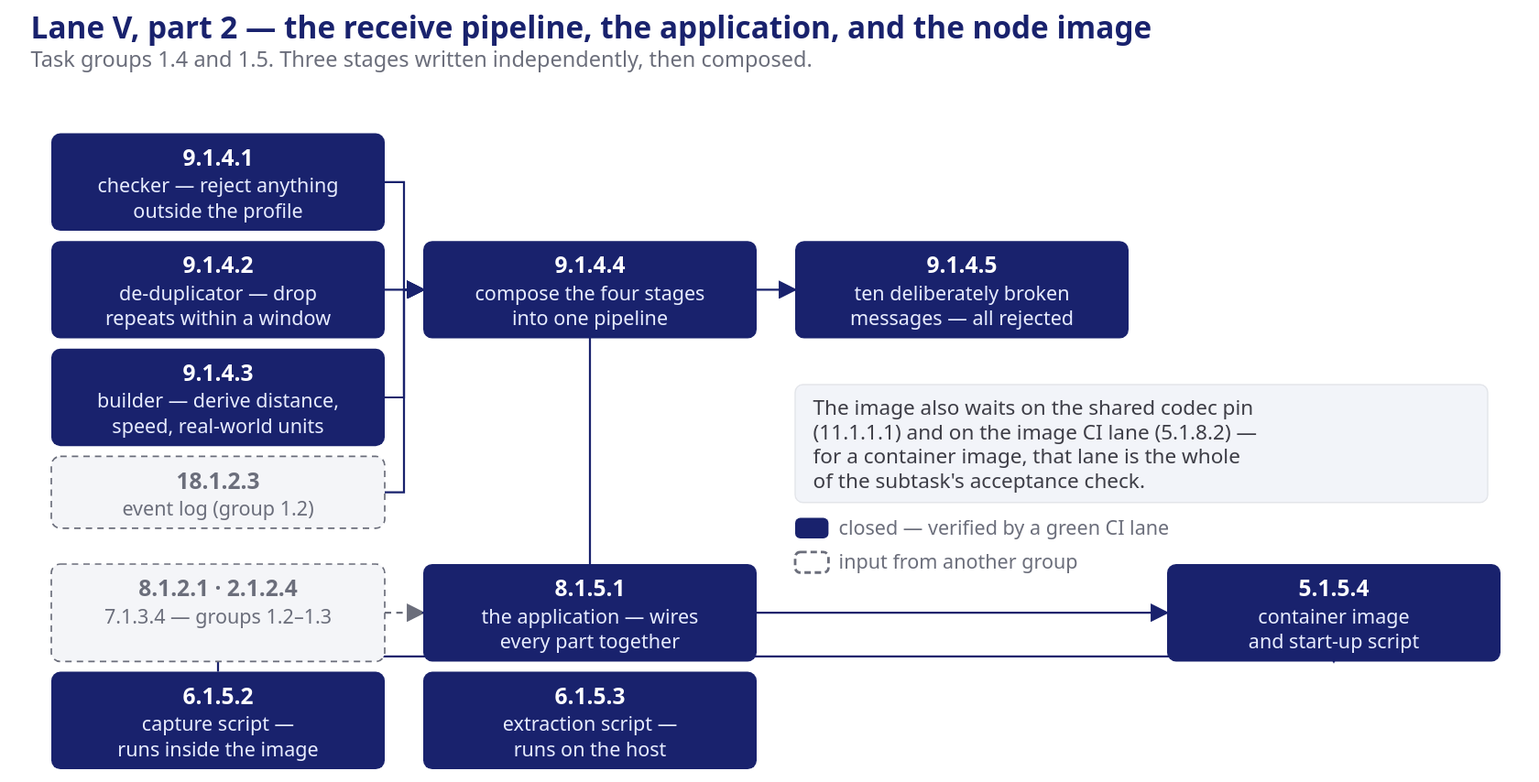
Above: presentation/assets/phase1-exec-lane-v-pipeline.svg in mnpham2101/FPT-Hackathon2026 (draw.io), before the change. Source tidied: cells renumbered, new cells last; positions are measured from the earlier drawing's top-left corner, leaving out a move shared by most shapes. The source it was exported from:
```xml
<mxGraphModel>
  <root>
    <mxCell id="0" />
    <mxCell id="1" parent="0" />
    <mxCell id="2" value="Lane V, part 2 — the receive pipeline, the application, and the node image" style="text;html=1;align=left;verticalAlign=middle;fontSize=23.8;fontColor=#19226D;fontStyle=1;" parent="1" vertex="1">
      <mxGeometry width="1152" height="20" as="geometry" />
    </mxCell>
    <mxCell id="3" value="Task groups 1.4 and 1.5. Three stages written independently, then composed." style="text;html=1;align=left;verticalAlign=middle;fontSize=16.8;fontColor=#6b6e7b;fontStyle=0;" parent="1" vertex="1">
      <mxGeometry y="22" width="1152" height="20" as="geometry" />
    </mxCell>
    <mxCell id="4" value="9.1.4.1 checker — reject anything outside the profile" style="rounded=1;arcSize=10;html=1;fillColor=#19226D;strokeColor=none;fontColor=#ffffff;fontSize=16.8;fontStyle=1;whiteSpace=wrap;verticalAlign=middle;" parent="1" vertex="1">
      <mxGeometry x="16" y="84" width="260" height="76" as="geometry" />
    </mxCell>
    <mxCell id="5" value="9.1.4.2 de-duplicator — drop repeats within a window" style="rounded=1;arcSize=10;html=1;fillColor=#19226D;strokeColor=none;fontColor=#ffffff;fontSize=16.8;fontStyle=1;whiteSpace=wrap;verticalAlign=middle;" parent="1" vertex="1">
      <mxGeometry x="16" y="168" width="260" height="76" as="geometry" />
    </mxCell>
    <mxCell id="6" value="9.1.4.3 builder — derive distance, speed, real-world units" style="rounded=1;arcSize=10;html=1;fillColor=#19226D;strokeColor=none;fontColor=#ffffff;fontSize=16.8;fontStyle=1;whiteSpace=wrap;verticalAlign=middle;" parent="1" vertex="1">
      <mxGeometry x="16" y="252" width="260" height="76" as="geometry" />
    </mxCell>
    <mxCell id="7" value="18.1.2.3 event log (group 1.2)" style="rounded=1;arcSize=10;html=1;fillColor=#f4f5f8;strokeColor=#6b6e7b;dashed=1;fontColor=#6b6e7b;fontSize=15.4;fontStyle=0;whiteSpace=wrap;verticalAlign=middle;" parent="1" vertex="1">
      <mxGeometry x="16" y="336" width="260" height="56" as="geometry" />
    </mxCell>
    <mxCell id="8" value="9.1.4.4 compose the four stages into one pipeline" style="rounded=1;arcSize=10;html=1;fillColor=#19226D;strokeColor=none;fontColor=#ffffff;fontSize=16.8;fontStyle=1;whiteSpace=wrap;verticalAlign=middle;" parent="1" vertex="1">
      <mxGeometry x="306" y="168" width="260" height="76" as="geometry" />
    </mxCell>
    <mxCell id="9" value="9.1.4.5 ten deliberately broken messages — all rejected" style="rounded=1;arcSize=10;html=1;fillColor=#19226D;strokeColor=none;fontColor=#ffffff;fontSize=16.8;fontStyle=1;whiteSpace=wrap;verticalAlign=middle;" parent="1" vertex="1">
      <mxGeometry x="596" y="168" width="260" height="76" as="geometry" />
    </mxCell>
    <mxCell id="10" value="8.1.2.1 · 2.1.2.4 7.1.3.4 — groups 1.2–1.3" style="rounded=1;arcSize=10;html=1;fillColor=#f4f5f8;strokeColor=#6b6e7b;dashed=1;fontColor=#6b6e7b;fontSize=15.4;fontStyle=0;whiteSpace=wrap;verticalAlign=middle;" parent="1" vertex="1">
      <mxGeometry x="16" y="420" width="260" height="76" as="geometry" />
    </mxCell>
    <mxCell id="11" value="8.1.5.1 the application — wires every part together" style="rounded=1;arcSize=10;html=1;fillColor=#19226D;strokeColor=none;fontColor=#ffffff;fontSize=16.8;fontStyle=1;whiteSpace=wrap;verticalAlign=middle;" parent="1" vertex="1">
      <mxGeometry x="306" y="420" width="260" height="76" as="geometry" />
    </mxCell>
    <mxCell id="12" value="5.1.5.4 container image and start-up script" style="rounded=1;arcSize=10;html=1;fillColor=#19226D;strokeColor=none;fontColor=#ffffff;fontSize=16.8;fontStyle=1;whiteSpace=wrap;verticalAlign=middle;" parent="1" vertex="1">
      <mxGeometry x="886" y="420" width="260" height="76" as="geometry" />
    </mxCell>
    <mxCell id="13" value="6.1.5.2 capture script — runs inside the image" style="rounded=1;arcSize=10;html=1;fillColor=#19226D;strokeColor=none;fontColor=#ffffff;fontSize=16.8;fontStyle=1;whiteSpace=wrap;verticalAlign=middle;" parent="1" vertex="1">
      <mxGeometry x="16" y="504" width="260" height="76" as="geometry" />
    </mxCell>
    <mxCell id="14" value="6.1.5.3 extraction script — runs on the host" style="rounded=1;arcSize=10;html=1;fillColor=#19226D;strokeColor=none;fontColor=#ffffff;fontSize=16.8;fontStyle=1;whiteSpace=wrap;verticalAlign=middle;" parent="1" vertex="1">
      <mxGeometry x="306" y="504" width="260" height="76" as="geometry" />
    </mxCell>
    <mxCell id="15" style="edgeStyle=orthogonalEdgeStyle;rounded=0;html=1;exitX=1;exitY=0.5;entryX=0;entryY=0.5;strokeColor=#19226D;" parent="1" edge="1" source="4" target="8">
      <mxGeometry relative="1" as="geometry" />
    </mxCell>
    <mxCell id="16" style="edgeStyle=orthogonalEdgeStyle;rounded=0;html=1;exitX=1;exitY=0.5;entryX=0;entryY=0.5;strokeColor=#19226D;" parent="1" edge="1" source="5" target="8">
      <mxGeometry relative="1" as="geometry" />
    </mxCell>
    <mxCell id="17" style="edgeStyle=orthogonalEdgeStyle;rounded=0;html=1;exitX=1;exitY=0.5;entryX=0;entryY=0.5;strokeColor=#19226D;" parent="1" edge="1" source="6" target="8">
      <mxGeometry relative="1" as="geometry" />
    </mxCell>
    <mxCell id="18" style="edgeStyle=orthogonalEdgeStyle;rounded=0;html=1;exitX=1;exitY=0.5;entryX=0;entryY=0.5;strokeColor=#19226D;" parent="1" edge="1" source="7" target="8">
      <mxGeometry relative="1" as="geometry" />
    </mxCell>
    <mxCell id="19" style="edgeStyle=orthogonalEdgeStyle;rounded=0;html=1;exitX=1;exitY=0.5;entryX=0;entryY=0.5;strokeColor=#19226D;" parent="1" edge="1" source="8" target="9">
      <mxGeometry relative="1" as="geometry" />
    </mxCell>
    <mxCell id="20" style="edgeStyle=orthogonalEdgeStyle;rounded=0;html=1;exitX=1;exitY=0.5;entryX=0;entryY=0.5;strokeColor=#6b6e7b;dashed=1;" parent="1" edge="1" source="10" target="11">
      <mxGeometry relative="1" as="geometry" />
    </mxCell>
    <mxCell id="21" style="edgeStyle=orthogonalEdgeStyle;rounded=0;html=1;exitX=1;exitY=0.5;entryX=0;entryY=0.5;strokeColor=#19226D;" parent="1" edge="1" source="8" target="11">
      <mxGeometry relative="1" as="geometry" />
    </mxCell>
    <mxCell id="22" style="edgeStyle=orthogonalEdgeStyle;rounded=0;html=1;exitX=1;exitY=0.5;entryX=0;entryY=0.5;strokeColor=#19226D;" parent="1" edge="1" source="11" target="12">
      <mxGeometry relative="1" as="geometry" />
    </mxCell>
    <mxCell id="23" style="edgeStyle=orthogonalEdgeStyle;rounded=0;html=1;strokeColor=#19226D;" parent="1" edge="1" source="13" target="12">
      <mxGeometry relative="1" as="geometry">
        <Array as="points">
          <mxPoint x="146" y="492" />
          <mxPoint x="1016" y="492" />
        </Array>
      </mxGeometry>
    </mxCell>
    <mxCell id="24" value="The image also waits on the shared codec pin (11.1.1.1) and on the image CI lane (5.1.8.2) — for a container image, that lane is the whole of the subtask's acceptance check." style="rounded=1;arcSize=8;html=1;fillColor=#f2f4f9;strokeColor=#e3e5ea;fontColor=#3d3d46;fontSize=15.4;align=left;whiteSpace=wrap;verticalAlign=top;spacing=8;" parent="1" vertex="1">
      <mxGeometry x="596" y="280" width="540" height="92" as="geometry" />
    </mxCell>
    <mxCell id="25" style="rounded=1;arcSize=20;html=1;fillColor=#19226D;strokeColor=none;" parent="1" vertex="1">
      <mxGeometry x="596" y="385" width="22" height="14" as="geometry" />
    </mxCell>
    <mxCell id="26" value="closed — verified by a green CI lane" style="text;html=1;align=left;verticalAlign=middle;fontSize=11;fontColor=#6b6e7b;" parent="1" vertex="1">
      <mxGeometry x="624" y="382" width="300" height="20" as="geometry" />
    </mxCell>
    <mxCell id="27" style="rounded=1;arcSize=20;html=1;fillColor=#6b6e7b;strokeColor=none;dashed=1;" parent="1" vertex="1">
      <mxGeometry x="596" y="411" width="22" height="14" as="geometry" />
    </mxCell>
    <mxCell id="28" value="input from another group" style="text;html=1;align=left;verticalAlign=middle;fontSize=11;fontColor=#6b6e7b;" parent="1" vertex="1">
      <mxGeometry x="624" y="408" width="300" height="20" as="geometry" />
    </mxCell>
  </root>
</mxGraphModel>
```
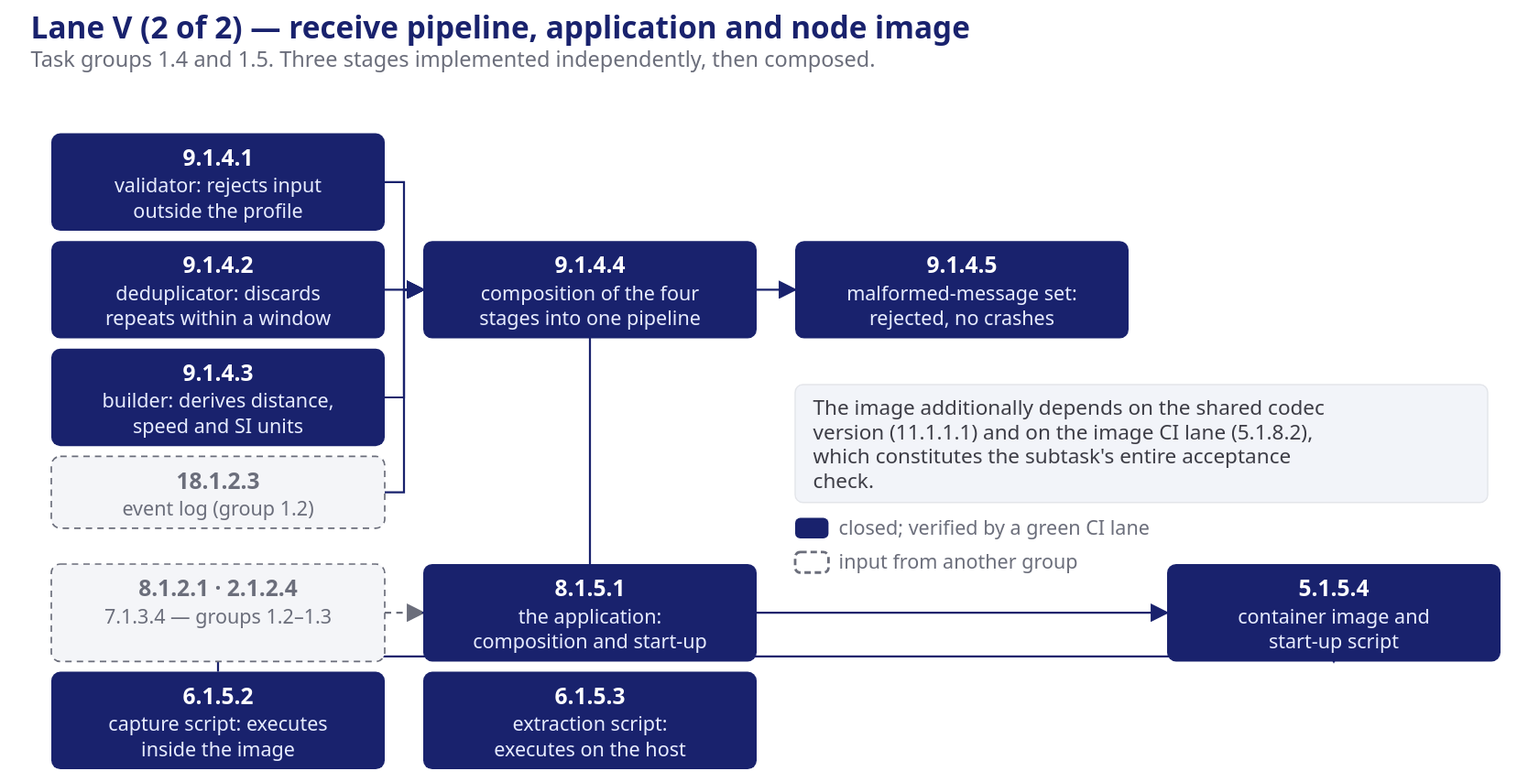
After the commit.

Diff of the diagram source:
```diff
@@ -2,43 +2,43 @@
   <root>
     <mxCell id="0" />
     <mxCell id="1" parent="0" />
-    <mxCell id="2" value="Lane V, part 2 — the receive pipeline, the application, and the node image" style="text;html=1;align=left;verticalAlign=middle;fontSize=23.8;fontColor=#19226D;fontStyle=1;" parent="1" vertex="1">
+    <mxCell id="2" value="Lane V (2 of 2) — receive pipeline, application and node image" style="text;html=1;align=left;verticalAlign=middle;fontSize=23.8;fontColor=#19226D;fontStyle=1;" parent="1" vertex="1">
       <mxGeometry width="1152" height="20" as="geometry" />
     </mxCell>
-    <mxCell id="3" value="Task groups 1.4 and 1.5. Three stages written independently, then composed." style="text;html=1;align=left;verticalAlign=middle;fontSize=16.8;fontColor=#6b6e7b;fontStyle=0;" parent="1" vertex="1">
+    <mxCell id="3" value="Task groups 1.4 and 1.5. Three stages implemented independently, then composed." style="text;html=1;align=left;verticalAlign=middle;fontSize=16.8;fontColor=#6b6e7b;fontStyle=0;" parent="1" vertex="1">
       <mxGeometry y="22" width="1152" height="20" as="geometry" />
     </mxCell>
-    <mxCell id="4" value="9.1.4.1 checker — reject anything outside the profile" style="rounded=1;arcSize=10;html=1;fillColor=#19226D;strokeColor=none;fontColor=#ffffff;fontSize=16.8;fontStyle=1;whiteSpace=wrap;verticalAlign=middle;" parent="1" vertex="1">
+    <mxCell id="4" value="9.1.4.1 validator: rejects input outside the profile" style="rounded=1;arcSize=10;html=1;fillColor=#19226D;strokeColor=none;fontColor=#ffffff;fontSize=16.8;fontStyle=1;whiteSpace=wrap;verticalAlign=middle;" parent="1" vertex="1">
       <mxGeometry x="16" y="84" width="260" height="76" as="geometry" />
     </mxCell>
-    <mxCell id="5" value="9.1.4.2 de-duplicator — drop repeats within a window" style="rounded=1;arcSize=10;html=1;fillColor=#19226D;strokeColor=none;fontColor=#ffffff;fontSize=16.8;fontStyle=1;whiteSpace=wrap;verticalAlign=middle;" parent="1" vertex="1">
+    <mxCell id="5" value="9.1.4.2 deduplicator: discards repeats within a window" style="rounded=1;arcSize=10;html=1;fillColor=#19226D;strokeColor=none;fontColor=#ffffff;fontSize=16.8;fontStyle=1;whiteSpace=wrap;verticalAlign=middle;" parent="1" vertex="1">
       <mxGeometry x="16" y="168" width="260" height="76" as="geometry" />
     </mxCell>
-    <mxCell id="6" value="9.1.4.3 builder — derive distance, speed, real-world units" style="rounded=1;arcSize=10;html=1;fillColor=#19226D;strokeColor=none;fontColor=#ffffff;fontSize=16.8;fontStyle=1;whiteSpace=wrap;verticalAlign=middle;" parent="1" vertex="1">
+    <mxCell id="6" value="9.1.4.3 builder: derives distance, speed and SI units" style="rounded=1;arcSize=10;html=1;fillColor=#19226D;strokeColor=none;fontColor=#ffffff;fontSize=16.8;fontStyle=1;whiteSpace=wrap;verticalAlign=middle;" parent="1" vertex="1">
       <mxGeometry x="16" y="252" width="260" height="76" as="geometry" />
     </mxCell>
     <mxCell id="7" value="18.1.2.3 event log (group 1.2)" style="rounded=1;arcSize=10;html=1;fillColor=#f4f5f8;strokeColor=#6b6e7b;dashed=1;fontColor=#6b6e7b;fontSize=15.4;fontStyle=0;whiteSpace=wrap;verticalAlign=middle;" parent="1" vertex="1">
       <mxGeometry x="16" y="336" width="260" height="56" as="geometry" />
     </mxCell>
-    <mxCell id="8" value="9.1.4.4 compose the four stages into one pipeline" style="rounded=1;arcSize=10;html=1;fillColor=#19226D;strokeColor=none;fontColor=#ffffff;fontSize=16.8;fontStyle=1;whiteSpace=wrap;verticalAlign=middle;" parent="1" vertex="1">
+    <mxCell id="8" value="9.1.4.4 composition of the four stages into one pipeline" style="rounded=1;arcSize=10;html=1;fillColor=#19226D;strokeColor=none;fontColor=#ffffff;fontSize=16.8;fontStyle=1;whiteSpace=wrap;verticalAlign=middle;" parent="1" vertex="1">
       <mxGeometry x="306" y="168" width="260" height="76" as="geometry" />
     </mxCell>
-    <mxCell id="9" value="9.1.4.5 ten deliberately broken messages — all rejected" style="rounded=1;arcSize=10;html=1;fillColor=#19226D;strokeColor=none;fontColor=#ffffff;fontSize=16.8;fontStyle=1;whiteSpace=wrap;verticalAlign=middle;" parent="1" vertex="1">
+    <mxCell id="9" value="9.1.4.5 malformed-message set: rejected, no crashes" style="rounded=1;arcSize=10;html=1;fillColor=#19226D;strokeColor=none;fontColor=#ffffff;fontSize=16.8;fontStyle=1;whiteSpace=wrap;verticalAlign=middle;" parent="1" vertex="1">
       <mxGeometry x="596" y="168" width="260" height="76" as="geometry" />
     </mxCell>
     <mxCell id="10" value="8.1.2.1 · 2.1.2.4 7.1.3.4 — groups 1.2–1.3" style="rounded=1;arcSize=10;html=1;fillColor=#f4f5f8;strokeColor=#6b6e7b;dashed=1;fontColor=#6b6e7b;fontSize=15.4;fontStyle=0;whiteSpace=wrap;verticalAlign=middle;" parent="1" vertex="1">
       <mxGeometry x="16" y="420" width="260" height="76" as="geometry" />
     </mxCell>
-    <mxCell id="11" value="8.1.5.1 the application — wires every part together" style="rounded=1;arcSize=10;html=1;fillColor=#19226D;strokeColor=none;fontColor=#ffffff;fontSize=16.8;fontStyle=1;whiteSpace=wrap;verticalAlign=middle;" parent="1" vertex="1">
+    <mxCell id="11" value="8.1.5.1 the application: composition and start-up" style="rounded=1;arcSize=10;html=1;fillColor=#19226D;strokeColor=none;fontColor=#ffffff;fontSize=16.8;fontStyle=1;whiteSpace=wrap;verticalAlign=middle;" parent="1" vertex="1">
       <mxGeometry x="306" y="420" width="260" height="76" as="geometry" />
     </mxCell>
     <mxCell id="12" value="5.1.5.4 container image and start-up script" style="rounded=1;arcSize=10;html=1;fillColor=#19226D;strokeColor=none;fontColor=#ffffff;fontSize=16.8;fontStyle=1;whiteSpace=wrap;verticalAlign=middle;" parent="1" vertex="1">
       <mxGeometry x="886" y="420" width="260" height="76" as="geometry" />
     </mxCell>
-    <mxCell id="13" value="6.1.5.2 capture script — runs inside the image" style="rounded=1;arcSize=10;html=1;fillColor=#19226D;strokeColor=none;fontColor=#ffffff;fontSize=16.8;fontStyle=1;whiteSpace=wrap;verticalAlign=middle;" parent="1" vertex="1">
+    <mxCell id="13" value="6.1.5.2 capture script: executes inside the image" style="rounded=1;arcSize=10;html=1;fillColor=#19226D;strokeColor=none;fontColor=#ffffff;fontSize=16.8;fontStyle=1;whiteSpace=wrap;verticalAlign=middle;" parent="1" vertex="1">
       <mxGeometry x="16" y="504" width="260" height="76" as="geometry" />
     </mxCell>
-    <mxCell id="14" value="6.1.5.3 extraction script — runs on the host" style="rounded=1;arcSize=10;html=1;fillColor=#19226D;strokeColor=none;fontColor=#ffffff;fontSize=16.8;fontStyle=1;whiteSpace=wrap;verticalAlign=middle;" parent="1" vertex="1">
+    <mxCell id="14" value="6.1.5.3 extraction script: executes on the host" style="rounded=1;arcSize=10;html=1;fillColor=#19226D;strokeColor=none;fontColor=#ffffff;fontSize=16.8;fontStyle=1;whiteSpace=wrap;verticalAlign=middle;" parent="1" vertex="1">
       <mxGeometry x="306" y="504" width="260" height="76" as="geometry" />
     </mxCell>
     <mxCell id="15" style="edgeStyle=orthogonalEdgeStyle;rounded=0;html=1;exitX=1;exitY=0.5;entryX=0;entryY=0.5;strokeColor=#19226D;" parent="1" edge="1" source="4" target="8">
@@ -73,13 +73,13 @@
         </Array>
       </mxGeometry>
     </mxCell>
-    <mxCell id="24" value="The image also waits on the shared codec pin (11.1.1.1) and on the image CI lane (5.1.8.2) — for a container image, that lane is the whole of the subtask's acceptance check." style="rounded=1;arcSize=8;html=1;fillColor=#f2f4f9;strokeColor=#e3e5ea;fontColor=#3d3d46;fontSize=15.4;align=left;whiteSpace=wrap;verticalAlign=top;spacing=8;" parent="1" vertex="1">
+    <mxCell id="24" value="The image additionally depends on the shared codec version (11.1.1.1) and on the image CI lane (5.1.8.2), which constitutes the subtask's entire acceptance check." style="rounded=1;arcSize=8;html=1;fillColor=#f2f4f9;strokeColor=#e3e5ea;fontColor=#3d3d46;fontSize=15.4;align=left;whiteSpace=wrap;verticalAlign=top;spacing=8;" parent="1" vertex="1">
       <mxGeometry x="596" y="280" width="540" height="92" as="geometry" />
     </mxCell>
     <mxCell id="25" style="rounded=1;arcSize=20;html=1;fillColor=#19226D;strokeColor=none;" parent="1" vertex="1">
       <mxGeometry x="596" y="385" width="22" height="14" as="geometry" />
     </mxCell>
-    <mxCell id="26" value="closed — verified by a green CI lane" style="text;html=1;align=left;verticalAlign=middle;fontSize=11;fontColor=#6b6e7b;" parent="1" vertex="1">
+    <mxCell id="26" value="closed; verified by a green CI lane" style="text;html=1;align=left;verticalAlign=middle;fontSize=11;fontColor=#6b6e7b;" parent="1" vertex="1">
       <mxGeometry x="624" y="382" width="300" height="20" as="geometry" />
     </mxCell>
     <mxCell id="27" style="rounded=1;arcSize=20;html=1;fillColor=#6b6e7b;strokeColor=none;dashed=1;" parent="1" vertex="1">
```
